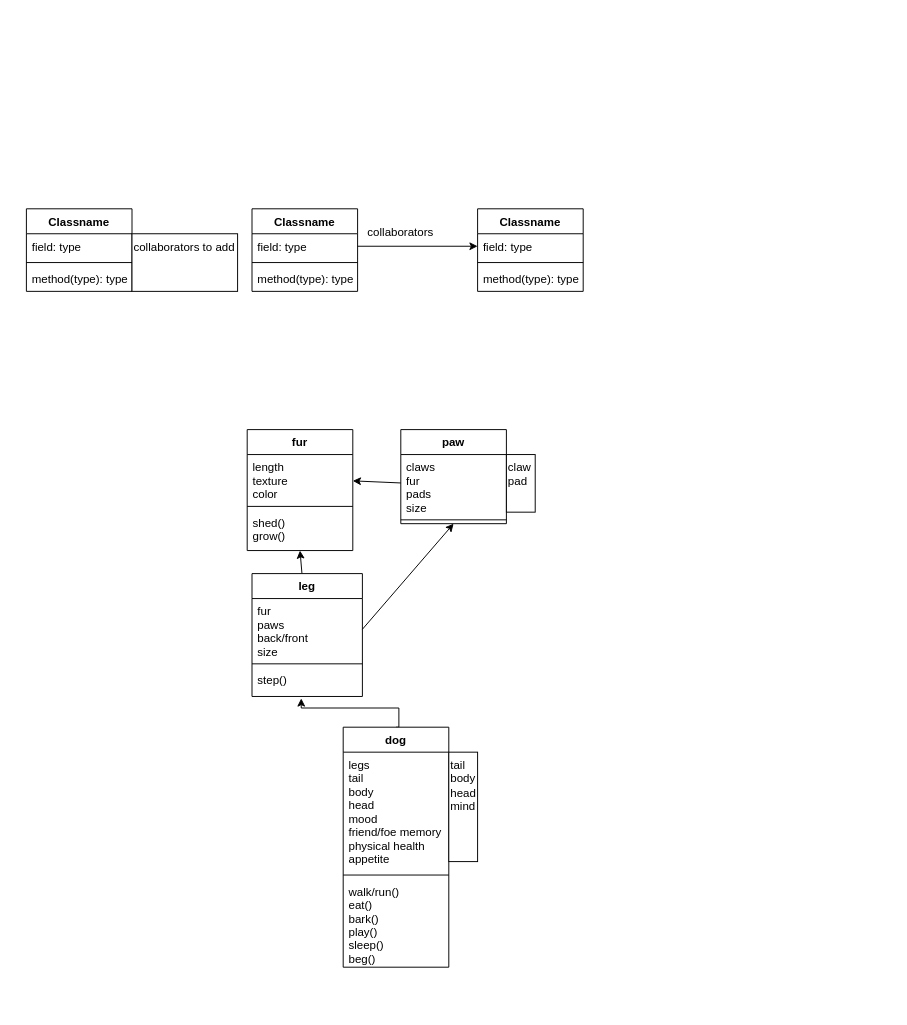
This is Dog/TopLevel.drawio from KaylaMLe/PersonalProjects, a draw.io file, before an edit. Source tidied: cells renumbered, new cells numbered last; positions are measured from the earlier drawing's top-left corner, leaving out a move shared by most shapes. Both pictures are drawn from the tidied source at 96%, with x=0, y=0 at pixel (26, 208).
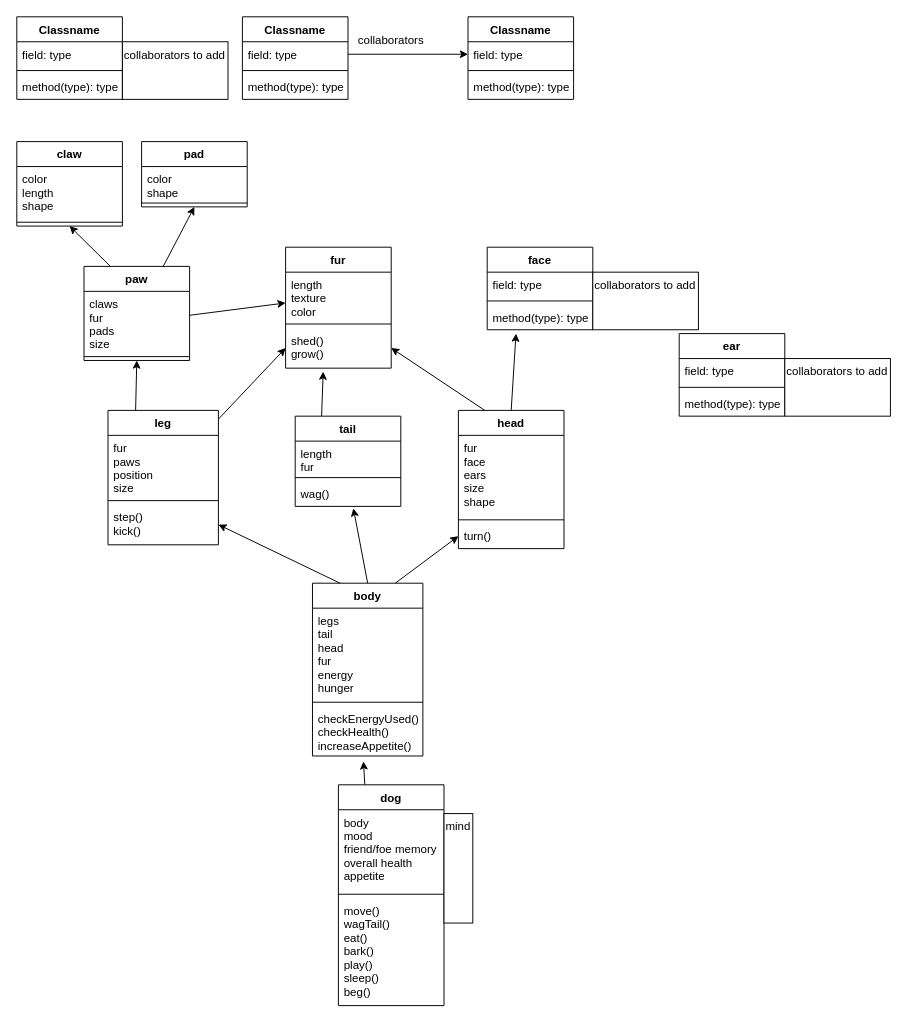
The same page after the edit.

Commit message:
added all classes for the body

The change refers to these unchanged cells:
```xml
<mxCell id="5" value="shed()&#10;grow()" style="text;strokeColor=none;fillColor=none;align=left;verticalAlign=top;spacingLeft=4;spacingRight=4;overflow=hidden;points=[[0,0.5],[1,0.5]];portConstraint=eastwest;" parent="2" vertex="1">
  <mxGeometry y="84" width="110" height="42" as="geometry" />
</mxCell>
```

Diff of the diagram source:
```diff
@@
     <mxCell id="2" value="fur" style="swimlane;fontStyle=1;align=center;verticalAlign=top;horizontal=1;startSize=26;" parent="1" vertex="1">
-      <mxGeometry x="230" y="230" width="110" height="126" as="geometry" />
+      <mxGeometry x="270" y="40" width="110" height="126" as="geometry" />
     </mxCell>
@@
-    <mxCell id="6" style="edgeStyle=orthogonalEdgeStyle;rounded=0;jettySize=auto;html=1;exitX=0.5;exitY=0;exitDx=0;exitDy=0;entryX=0.446;entryY=1.067;entryDx=0;entryDy=0;entryPerimeter=0;" parent="1" edge="1" source="22" target="16">
-      <mxGeometry relative="1" as="geometry">
-        <Array as="points">
-          <mxPoint x="388" y="540" />
-          <mxPoint x="388" y="520" />
-          <mxPoint x="286" y="520" />
-        </Array>
-      </mxGeometry>
-    </mxCell>
     <mxCell id="7" value="Classname" style="swimlane;fontStyle=1;align=center;verticalAlign=top;horizontal=1;startSize=26;" parent="1" vertex="1">
-      <mxGeometry width="110" height="86" as="geometry" />
+      <mxGeometry x="-10" y="-200" width="110" height="86" as="geometry" />
     </mxCell>
@@
     <mxCell id="11" value="collaborators to add" style="rounded=0;whiteSpace=wrap;html=1;align=left;verticalAlign=top;" parent="1" vertex="1">
-      <mxGeometry x="110" y="26" width="110" height="60" as="geometry" />
+      <mxGeometry x="100" y="-174" width="110" height="60" as="geometry" />
     </mxCell>
-    <mxCell id="12" style="edgeStyle=none;html=1;entryX=0.5;entryY=1;entryDx=0;entryDy=0;" parent="1" edge="1" source="13" target="2">
+    <mxCell id="12" style="edgeStyle=none;html=1;entryX=0;entryY=0.5;entryDx=0;entryDy=0;" parent="1" edge="1" source="13" target="5">
       <mxGeometry relative="1" as="geometry" />
     </mxCell>
     <mxCell id="13" value="leg" style="swimlane;fontStyle=1;align=center;verticalAlign=top;horizontal=1;startSize=26;" parent="1" vertex="1">
-      <mxGeometry x="235" y="380" width="115" height="128" as="geometry" />
+      <mxGeometry x="85" y="210" width="115" height="140" as="geometry" />
     </mxCell>
-    <mxCell id="14" value="fur&#10;paws&#10;back/front&#10;size" style="text;strokeColor=none;fillColor=none;align=left;verticalAlign=top;spacingLeft=4;spacingRight=4;overflow=hidden;points=[[0,0.5],[1,0.5]];portConstraint=eastwest;" parent="13" vertex="1">
+    <mxCell id="14" value="fur&#10;paws&#10;position&#10;size" style="text;strokeColor=none;fillColor=none;align=left;verticalAlign=top;spacingLeft=4;spacingRight=4;overflow=hidden;points=[[0,0.5],[1,0.5]];portConstraint=eastwest;" parent="13" vertex="1">
       <mxGeometry y="26" width="115" height="64" as="geometry" />
     </mxCell>
@@
-    <mxCell id="16" value="step()" style="text;strokeColor=none;fillColor=none;align=left;verticalAlign=top;spacingLeft=4;spacingRight=4;overflow=hidden;points=[[0,0.5],[1,0.5]];portConstraint=eastwest;" parent="13" vertex="1">
-      <mxGeometry y="98" width="115" height="30" as="geometry" />
+    <mxCell id="16" value="step()&#10;kick()" style="text;strokeColor=none;fillColor=none;align=left;verticalAlign=top;spacingLeft=4;spacingRight=4;overflow=hidden;points=[[0,0.5],[1,0.5]];portConstraint=eastwest;" parent="13" vertex="1">
+      <mxGeometry y="98" width="115" height="42" as="geometry" />
     </mxCell>
+    <mxCell id="39" style="edgeStyle=none;html=1;exitX=0.25;exitY=0;exitDx=0;exitDy=0;entryX=0.5;entryY=1;entryDx=0;entryDy=0;" parent="1" edge="1" source="17" target="42">
+      <mxGeometry relative="1" as="geometry" />
+    </mxCell>
+    <mxCell id="40" style="edgeStyle=none;html=1;exitX=0.75;exitY=0;exitDx=0;exitDy=0;entryX=0.5;entryY=1;entryDx=0;entryDy=0;" parent="1" edge="1" source="17" target="45">
+      <mxGeometry relative="1" as="geometry" />
+    </mxCell>
     <mxCell id="17" value="paw" style="swimlane;fontStyle=1;align=center;verticalAlign=top;horizontal=1;startSize=26;" parent="1" vertex="1">
-      <mxGeometry x="390" y="230" width="110" height="98" as="geometry" />
+      <mxGeometry x="60" y="60" width="110" height="98" as="geometry" />
     </mxCell>
@@
-    <mxCell id="20" value="claw&lt;br&gt;pad" style="rounded=0;whiteSpace=wrap;html=1;align=left;verticalAlign=top;" parent="1" vertex="1">
-      <mxGeometry x="500" y="256" width="30" height="60" as="geometry" />
-    </mxCell>
@@
+    <mxCell id="41" style="edgeStyle=none;html=1;exitX=0.25;exitY=0;exitDx=0;exitDy=0;entryX=0.462;entryY=1.108;entryDx=0;entryDy=0;entryPerimeter=0;" parent="1" edge="1" source="22" target="53">
+      <mxGeometry relative="1" as="geometry" />
+    </mxCell>
     <mxCell id="22" value="dog" style="swimlane;fontStyle=1;align=center;verticalAlign=top;horizontal=1;startSize=26;" parent="1" vertex="1">
-      <mxGeometry x="330" y="540" width="110" height="250" as="geometry" />
+      <mxGeometry x="325" y="600" width="110" height="230" as="geometry" />
     </mxCell>
-    <mxCell id="23" value="legs&#10;tail&#10;body&#10;head&#10;mood&#10;friend/foe memory&#10;physical health&#10;appetite" style="text;strokeColor=none;fillColor=none;align=left;verticalAlign=top;spacingLeft=4;spacingRight=4;overflow=hidden;points=[[0,0.5],[1,0.5]];portConstraint=eastwest;" parent="22" vertex="1">
-      <mxGeometry y="26" width="110" height="124" as="geometry" />
+    <mxCell id="23" value="body&#10;mood&#10;friend/foe memory&#10;overall health&#10;appetite" style="text;strokeColor=none;fillColor=none;align=left;verticalAlign=top;spacingLeft=4;spacingRight=4;overflow=hidden;points=[[0,0.5],[1,0.5]];portConstraint=eastwest;" parent="22" vertex="1">
+      <mxGeometry y="26" width="110" height="84" as="geometry" />
     </mxCell>
     <mxCell id="24" style="line;strokeWidth=1;fillColor=none;align=left;verticalAlign=top;spacingTop=-1;spacingLeft=3;spacingRight=3;labelPosition=right;strokeColor=inherit;" parent="22" vertex="1">
-      <mxGeometry y="150" width="110" height="8" as="geometry" />
+      <mxGeometry y="110" width="110" height="8" as="geometry" />
     </mxCell>
-    <mxCell id="25" value="walk/run()&#10;eat()&#10;bark()&#10;play()&#10;sleep()&#10;beg()" style="text;strokeColor=none;fillColor=none;align=left;verticalAlign=top;spacingLeft=4;spacingRight=4;overflow=hidden;" parent="22" vertex="1">
-      <mxGeometry y="158" width="110" height="92" as="geometry" />
+    <mxCell id="25" value="move()&#10;wagTail()&#10;eat()&#10;bark()&#10;play()&#10;sleep()&#10;beg()" style="text;strokeColor=none;fillColor=none;align=left;verticalAlign=top;spacingLeft=4;spacingRight=4;overflow=hidden;" parent="22" vertex="1">
+      <mxGeometry y="118" width="110" height="112" as="geometry" />
     </mxCell>
-    <mxCell id="26" style="edgeStyle=none;html=1;" parent="1" edge="1" source="27" target="23">
-      <mxGeometry relative="1" as="geometry" />
-    </mxCell>
-    <mxCell id="27" value="tail&lt;br&gt;body&lt;br&gt;head&lt;br&gt;mind" style="rounded=0;whiteSpace=wrap;html=1;align=left;verticalAlign=top;" parent="1" vertex="1">
-      <mxGeometry x="440" y="566" width="30" height="114" as="geometry" />
+    <mxCell id="27" value="mind" style="rounded=0;whiteSpace=wrap;html=1;align=left;verticalAlign=top;" parent="1" vertex="1">
+      <mxGeometry x="435" y="630" width="30" height="114" as="geometry" />
     </mxCell>
     <mxCell id="28" value="Classname" style="swimlane;fontStyle=1;align=center;verticalAlign=top;horizontal=1;startSize=26;" parent="1" vertex="1">
-      <mxGeometry x="235" width="110" height="86" as="geometry" />
+      <mxGeometry x="225" y="-200" width="110" height="86" as="geometry" />
     </mxCell>
@@
     <mxCell id="32" value="Classname" style="swimlane;fontStyle=1;align=center;verticalAlign=top;horizontal=1;startSize=26;" parent="1" vertex="1">
-      <mxGeometry x="470" width="110" height="86" as="geometry" />
+      <mxGeometry x="460" y="-200" width="110" height="86" as="geometry" />
     </mxCell>
@@
     <mxCell id="37" value="collaborators" style="text;html=1;strokeColor=none;fillColor=none;align=center;verticalAlign=middle;whiteSpace=wrap;rounded=0;" parent="1" vertex="1">
-      <mxGeometry x="360" y="10" width="60" height="30" as="geometry" />
+      <mxGeometry x="350" y="-190" width="60" height="30" as="geometry" />
     </mxCell>
-    <mxCell id="38" style="edgeStyle=none;html=1;exitX=1;exitY=0.5;exitDx=0;exitDy=0;entryX=0.5;entryY=1;entryDx=0;entryDy=0;" parent="1" edge="1" source="14" target="17">
+    <mxCell id="38" style="edgeStyle=none;html=1;exitX=0.25;exitY=0;exitDx=0;exitDy=0;entryX=0.5;entryY=1;entryDx=0;entryDy=0;" parent="1" edge="1" source="13" target="17">
       <mxGeometry relative="1" as="geometry" />
     </mxCell>
+    <mxCell id="42" value="claw" style="swimlane;fontStyle=1;align=center;verticalAlign=top;horizontal=1;startSize=26;" parent="1" vertex="1">
+      <mxGeometry x="-10" y="-70" width="110" height="88" as="geometry" />
+    </mxCell>
+    <mxCell id="43" value="color&#10;length&#10;shape" style="text;strokeColor=none;fillColor=none;align=left;verticalAlign=top;spacingLeft=4;spacingRight=4;overflow=hidden;" parent="42" vertex="1">
+      <mxGeometry y="26" width="110" height="54" as="geometry" />
+    </mxCell>
+    <mxCell id="44" style="line;strokeWidth=1;fillColor=none;align=left;verticalAlign=top;spacingTop=-1;spacingLeft=3;spacingRight=3;labelPosition=right;strokeColor=inherit;" parent="42" vertex="1">
+      <mxGeometry y="80" width="110" height="8" as="geometry" />
+    </mxCell>
+    <mxCell id="45" value="pad" style="swimlane;fontStyle=1;align=center;verticalAlign=top;horizontal=1;startSize=26;" parent="1" vertex="1">
+      <mxGeometry x="120" y="-70" width="110" height="68" as="geometry" />
+    </mxCell>
+    <mxCell id="46" value="color&#10;shape" style="text;strokeColor=none;fillColor=none;align=left;verticalAlign=top;spacingLeft=4;spacingRight=4;overflow=hidden;" parent="45" vertex="1">
+      <mxGeometry y="26" width="110" height="34" as="geometry" />
+    </mxCell>
+    <mxCell id="47" style="line;strokeWidth=1;fillColor=none;align=left;verticalAlign=top;spacingTop=-1;spacingLeft=3;spacingRight=3;labelPosition=right;strokeColor=inherit;" parent="45" vertex="1">
+      <mxGeometry y="60" width="110" height="8" as="geometry" />
+    </mxCell>
+    <mxCell id="48" style="edgeStyle=none;html=1;exitX=0.5;exitY=0;exitDx=0;exitDy=0;entryX=0.551;entryY=1.077;entryDx=0;entryDy=0;entryPerimeter=0;" parent="1" edge="1" source="50" target="59">
+      <mxGeometry relative="1" as="geometry" />
+    </mxCell>
+    <mxCell id="49" style="edgeStyle=none;html=1;exitX=0.75;exitY=0;exitDx=0;exitDy=0;entryX=0;entryY=0.5;entryDx=0;entryDy=0;" parent="1" edge="1" source="50" target="65">
+      <mxGeometry relative="1" as="geometry" />
+    </mxCell>
+    <mxCell id="50" value="body" style="swimlane;fontStyle=1;align=center;verticalAlign=top;horizontal=1;startSize=26;" parent="1" vertex="1">
+      <mxGeometry x="298" y="390" width="115" height="180" as="geometry" />
+    </mxCell>
+    <mxCell id="51" value="legs&#10;tail&#10;head&#10;fur&#10;energy&#10;hunger" style="text;strokeColor=none;fillColor=none;align=left;verticalAlign=top;spacingLeft=4;spacingRight=4;overflow=hidden;" parent="50" vertex="1">
+      <mxGeometry y="26" width="115" height="94" as="geometry" />
+    </mxCell>
+    <mxCell id="52" style="line;strokeWidth=1;fillColor=none;align=left;verticalAlign=top;spacingTop=-1;spacingLeft=3;spacingRight=3;labelPosition=right;strokeColor=inherit;" parent="50" vertex="1">
+      <mxGeometry y="120" width="115" height="8" as="geometry" />
+    </mxCell>
+    <mxCell id="53" value="checkEnergyUsed()&#10;checkHealth()&#10;increaseAppetite()" style="text;strokeColor=none;fillColor=none;align=left;verticalAlign=top;spacingLeft=4;spacingRight=4;overflow=hidden;points=[[0,0.5],[1,0.5]];portConstraint=eastwest;" parent="50" vertex="1">
+      <mxGeometry y="128" width="115" height="52" as="geometry" />
+    </mxCell>
+    <mxCell id="54" style="edgeStyle=none;html=1;exitX=0.25;exitY=0;exitDx=0;exitDy=0;entryX=1;entryY=0.5;entryDx=0;entryDy=0;" parent="1" edge="1" source="50" target="16">
+      <mxGeometry relative="1" as="geometry" />
+    </mxCell>
+    <mxCell id="55" style="edgeStyle=none;html=1;exitX=0.25;exitY=0;exitDx=0;exitDy=0;entryX=0.356;entryY=1.086;entryDx=0;entryDy=0;entryPerimeter=0;" parent="1" edge="1" source="56" target="5">
+      <mxGeometry relative="1" as="geometry" />
+    </mxCell>
+    <mxCell id="56" value="tail" style="swimlane;fontStyle=1;align=center;verticalAlign=top;horizontal=1;startSize=26;" parent="1" vertex="1">
+      <mxGeometry x="280" y="216" width="110" height="94" as="geometry" />
+    </mxCell>
+    <mxCell id="57" value="length&#10;fur" style="text;strokeColor=none;fillColor=none;align=left;verticalAlign=top;spacingLeft=4;spacingRight=4;overflow=hidden;" parent="56" vertex="1">
+      <mxGeometry y="26" width="110" height="34" as="geometry" />
+    </mxCell>
+    <mxCell id="58" style="line;strokeWidth=1;fillColor=none;align=left;verticalAlign=top;spacingTop=-1;spacingLeft=3;spacingRight=3;labelPosition=right;strokeColor=inherit;" parent="56" vertex="1">
+      <mxGeometry y="60" width="110" height="8" as="geometry" />
+    </mxCell>
+    <mxCell id="59" value="wag()" style="text;strokeColor=none;fillColor=none;align=left;verticalAlign=top;spacingLeft=4;spacingRight=4;overflow=hidden;points=[[0,0.5],[1,0.5]];portConstraint=eastwest;" parent="56" vertex="1">
+      <mxGeometry y="68" width="110" height="26" as="geometry" />
+    </mxCell>
+    <mxCell id="60" style="edgeStyle=none;html=1;exitX=0.25;exitY=0;exitDx=0;exitDy=0;entryX=1;entryY=0.5;entryDx=0;entryDy=0;" parent="1" edge="1" source="62" target="5">
+      <mxGeometry relative="1" as="geometry" />
+    </mxCell>
+    <mxCell id="61" style="edgeStyle=none;html=1;exitX=0.5;exitY=0;exitDx=0;exitDy=0;" parent="1" edge="1" source="62">
+      <mxGeometry relative="1" as="geometry">
+        <mxPoint x="510" y="130" as="targetPoint" />
+      </mxGeometry>
+    </mxCell>
+    <mxCell id="62" value="head" style="swimlane;fontStyle=1;align=center;verticalAlign=top;horizontal=1;startSize=26;" parent="1" vertex="1">
+      <mxGeometry x="450" y="210" width="110" height="144" as="geometry" />
+    </mxCell>
+    <mxCell id="63" value="fur&#10;face&#10;ears&#10;size&#10;shape" style="text;strokeColor=none;fillColor=none;align=left;verticalAlign=top;spacingLeft=4;spacingRight=4;overflow=hidden;" parent="62" vertex="1">
+      <mxGeometry y="26" width="110" height="84" as="geometry" />
+    </mxCell>
+    <mxCell id="64" style="line;strokeWidth=1;fillColor=none;align=left;verticalAlign=top;spacingTop=-1;spacingLeft=3;spacingRight=3;labelPosition=right;strokeColor=inherit;" parent="62" vertex="1">
+      <mxGeometry y="110" width="110" height="8" as="geometry" />
+    </mxCell>
+    <mxCell id="65" value="turn()" style="text;strokeColor=none;fillColor=none;align=left;verticalAlign=top;spacingLeft=4;spacingRight=4;overflow=hidden;points=[[0,0.5],[1,0.5]];portConstraint=eastwest;" parent="62" vertex="1">
+      <mxGeometry y="118" width="110" height="26" as="geometry" />
+    </mxCell>
+    <mxCell id="66" value="face" style="swimlane;fontStyle=1;align=center;verticalAlign=top;horizontal=1;startSize=26;" parent="1" vertex="1">
+      <mxGeometry x="480" y="40" width="110" height="86" as="geometry" />
+    </mxCell>
+    <mxCell id="67" value="field: type" style="text;strokeColor=none;fillColor=none;align=left;verticalAlign=top;spacingLeft=4;spacingRight=4;overflow=hidden;" parent="66" vertex="1">
+      <mxGeometry y="26" width="110" height="26" as="geometry" />
+    </mxCell>
+    <mxCell id="68" style="line;strokeWidth=1;fillColor=none;align=left;verticalAlign=top;spacingTop=-1;spacingLeft=3;spacingRight=3;labelPosition=right;strokeColor=inherit;" parent="66" vertex="1">
+      <mxGeometry y="52" width="110" height="8" as="geometry" />
+    </mxCell>
+    <mxCell id="69" value="method(type): type" style="text;strokeColor=none;fillColor=none;align=left;verticalAlign=top;spacingLeft=4;spacingRight=4;overflow=hidden;" parent="66" vertex="1">
+      <mxGeometry y="60" width="110" height="26" as="geometry" />
+    </mxCell>
+    <mxCell id="70" value="collaborators to add" style="rounded=0;whiteSpace=wrap;html=1;align=left;verticalAlign=top;" parent="1" vertex="1">
+      <mxGeometry x="590" y="66" width="110" height="60" as="geometry" />
+    </mxCell>
+    <mxCell id="71" value="ear" style="swimlane;fontStyle=1;align=center;verticalAlign=top;horizontal=1;startSize=26;" parent="1" vertex="1">
+      <mxGeometry x="680" y="130" width="110" height="86" as="geometry" />
+    </mxCell>
+    <mxCell id="72" value="field: type" style="text;strokeColor=none;fillColor=none;align=left;verticalAlign=top;spacingLeft=4;spacingRight=4;overflow=hidden;" parent="71" vertex="1">
+      <mxGeometry y="26" width="110" height="26" as="geometry" />
+    </mxCell>
+    <mxCell id="73" style="line;strokeWidth=1;fillColor=none;align=left;verticalAlign=top;spacingTop=-1;spacingLeft=3;spacingRight=3;labelPosition=right;strokeColor=inherit;" parent="71" vertex="1">
+      <mxGeometry y="52" width="110" height="8" as="geometry" />
+    </mxCell>
+    <mxCell id="74" value="method(type): type" style="text;strokeColor=none;fillColor=none;align=left;verticalAlign=top;spacingLeft=4;spacingRight=4;overflow=hidden;" parent="71" vertex="1">
+      <mxGeometry y="60" width="110" height="26" as="geometry" />
+    </mxCell>
+    <mxCell id="75" value="collaborators to add" style="rounded=0;whiteSpace=wrap;html=1;align=left;verticalAlign=top;" parent="1" vertex="1">
+      <mxGeometry x="790" y="156" width="110" height="60" as="geometry" />
+    </mxCell>
```
